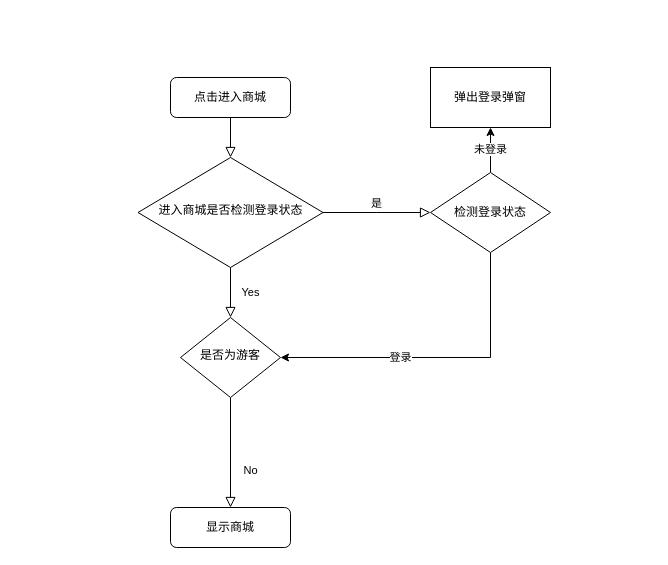
Before: Untitled Diagram.drawio in NicoleXiao/UnityUGUI, a draw.io diagram. Source tidied: cells renumbered, new cells numbered last; positions are measured from the earlier drawing's top-left corner, leaving out a move shared by most shapes. Both pictures are drawn from the tidied source at 100%, with x=0, y=0 at pixel (138, 67).
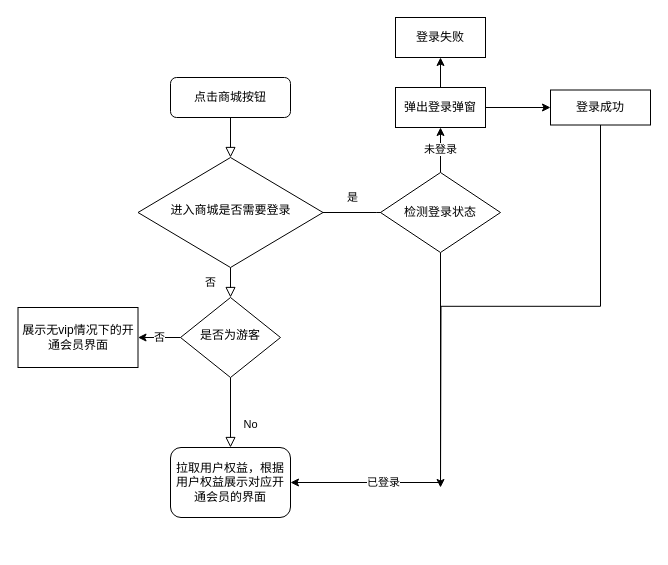
Above is the later version.

The edit, as a diff of the source:
```diff
@@
-    <mxCell id="3" value="点击进入商城" style="rounded=1;whiteSpace=wrap;html=1;fontSize=12;glass=0;strokeWidth=1;shadow=0;" parent="1" vertex="1">
+    <mxCell id="3" value="点击商城按钮" style="rounded=1;whiteSpace=wrap;html=1;fontSize=12;glass=0;strokeWidth=1;shadow=0;" parent="1" vertex="1">
       <mxGeometry x="32" y="10" width="120" height="40" as="geometry" />
     </mxCell>
-    <mxCell id="4" value="Yes" style="rounded=0;html=1;jettySize=auto;fontSize=11;endArrow=block;endFill=0;endSize=8;strokeWidth=1;shadow=0;labelBackgroundColor=none;edgeStyle=orthogonalEdgeStyle;" parent="1" edge="1" source="6" target="8">
+    <mxCell id="4" value="否" style="rounded=0;html=1;jettySize=auto;fontSize=11;endArrow=block;endFill=0;endSize=8;strokeWidth=1;shadow=0;labelBackgroundColor=none;edgeStyle=orthogonalEdgeStyle;" parent="1" edge="1" source="6" target="8">
       <mxGeometry y="20" relative="1" as="geometry" />
     </mxCell>
     <mxCell id="5" value="是" style="edgeStyle=orthogonalEdgeStyle;rounded=0;html=1;jettySize=auto;fontSize=11;endArrow=block;endFill=0;endSize=8;strokeWidth=1;shadow=0;labelBackgroundColor=none;" parent="1" edge="1" source="6">
-      <mxGeometry y="10" relative="1" as="geometry">
+      <mxGeometry x="-0.49" y="15" relative="1" as="geometry">
         <mxPoint x="292" y="145" as="targetPoint" />
+        <mxPoint x="1" as="offset" />
       </mxGeometry>
     </mxCell>
-    <mxCell id="6" value="进入商城是否检测登录状态" style="rhombus;whiteSpace=wrap;html=1;shadow=0;fontFamily=Helvetica;fontSize=12;align=center;strokeWidth=1;spacing=6;spacingTop=-4;" parent="1" vertex="1">
+    <mxCell id="6" value="进入商城是否需要登录" style="rhombus;whiteSpace=wrap;html=1;shadow=0;fontFamily=Helvetica;fontSize=12;align=center;strokeWidth=1;spacing=6;spacingTop=-4;" parent="1" vertex="1">
       <mxGeometry x="-0.5" y="90" width="185" height="110" as="geometry" />
     </mxCell>
@@
+    <mxCell id="14" value="否" style="edgeStyle=orthogonalEdgeStyle;rounded=0;jettySize=auto;html=1;" parent="1" edge="1" source="8" target="17">
+      <mxGeometry relative="1" as="geometry" />
+    </mxCell>
     <mxCell id="8" value="是否为游客" style="rhombus;whiteSpace=wrap;html=1;shadow=0;fontFamily=Helvetica;fontSize=12;align=center;strokeWidth=1;spacing=6;spacingTop=-4;" parent="1" vertex="1">
-      <mxGeometry x="42" y="250" width="100" height="80" as="geometry" />
+      <mxGeometry x="42" y="230" width="100" height="80" as="geometry" />
     </mxCell>
-    <mxCell id="9" value="显示商城" style="rounded=1;whiteSpace=wrap;html=1;fontSize=12;glass=0;strokeWidth=1;shadow=0;" parent="1" vertex="1">
-      <mxGeometry x="32" y="440" width="120" height="40" as="geometry" />
+    <mxCell id="9" value="拉取用户权益，根据用户权益展示对应开通会员的界面" style="rounded=1;whiteSpace=wrap;html=1;fontSize=12;glass=0;strokeWidth=1;shadow=0;" parent="1" vertex="1">
+      <mxGeometry x="32" y="380" width="120" height="70" as="geometry" />
     </mxCell>
+    <mxCell id="15" style="edgeStyle=orthogonalEdgeStyle;rounded=0;jettySize=auto;html=1;" parent="1" edge="1" source="10" target="19">
+      <mxGeometry relative="1" as="geometry" />
+    </mxCell>
+    <mxCell id="16" style="edgeStyle=orthogonalEdgeStyle;rounded=0;jettySize=auto;html=1;" parent="1" edge="1" source="10" target="20">
+      <mxGeometry relative="1" as="geometry" />
+    </mxCell>
     <mxCell id="10" value="弹出登录弹窗" style="whiteSpace=wrap;html=1;" parent="1" vertex="1">
-      <mxGeometry x="292" width="120" height="60" as="geometry" />
+      <mxGeometry x="257" y="20" width="90" height="40" as="geometry" />
     </mxCell>
@@
-    <mxCell id="12" value="登录" style="edgeStyle=orthogonalEdgeStyle;rounded=0;jettySize=auto;html=1;entryX=1;entryY=0.5;entryDx=0;entryDy=0;exitX=0.5;exitY=1;exitDx=0;exitDy=0;" parent="1" edge="1" source="13" target="8">
-      <mxGeometry x="0.24" relative="1" as="geometry">
+    <mxCell id="12" value="已登录" style="edgeStyle=orthogonalEdgeStyle;rounded=0;jettySize=auto;html=1;entryX=1;entryY=0.5;entryDx=0;entryDy=0;exitX=0.5;exitY=1;exitDx=0;exitDy=0;" parent="1" edge="1" source="13" target="9">
+      <mxGeometry x="0.51" relative="1" as="geometry">
         <Array as="points">
-          <mxPoint x="352" y="290" />
+          <mxPoint x="302" y="415" />
         </Array>
       </mxGeometry>
     </mxCell>
     <mxCell id="13" value="检测登录状态" style="rhombus;whiteSpace=wrap;html=1;" parent="1" vertex="1">
-      <mxGeometry x="292" y="105" width="120" height="80" as="geometry" />
+      <mxGeometry x="242" y="105" width="120" height="80" as="geometry" />
     </mxCell>
+    <mxCell id="17" value="展示无vip情况下的开通会员界面" style="whiteSpace=wrap;html=1;" parent="1" vertex="1">
+      <mxGeometry x="-120.5" y="240" width="120" height="60" as="geometry" />
+    </mxCell>
+    <mxCell id="18" style="edgeStyle=orthogonalEdgeStyle;rounded=0;jettySize=auto;html=1;exitX=0.5;exitY=1;exitDx=0;exitDy=0;" parent="1" edge="1" source="19">
+      <mxGeometry relative="1" as="geometry">
+        <mxPoint x="302" y="420" as="targetPoint" />
+      </mxGeometry>
+    </mxCell>
+    <mxCell id="19" value="登录成功" style="whiteSpace=wrap;html=1;" parent="1" vertex="1">
+      <mxGeometry x="412" y="22.5" width="100" height="35" as="geometry" />
+    </mxCell>
+    <mxCell id="20" value="登录失败" style="whiteSpace=wrap;html=1;" parent="1" vertex="1">
+      <mxGeometry x="257" y="-50" width="90" height="40" as="geometry" />
+    </mxCell>
```
